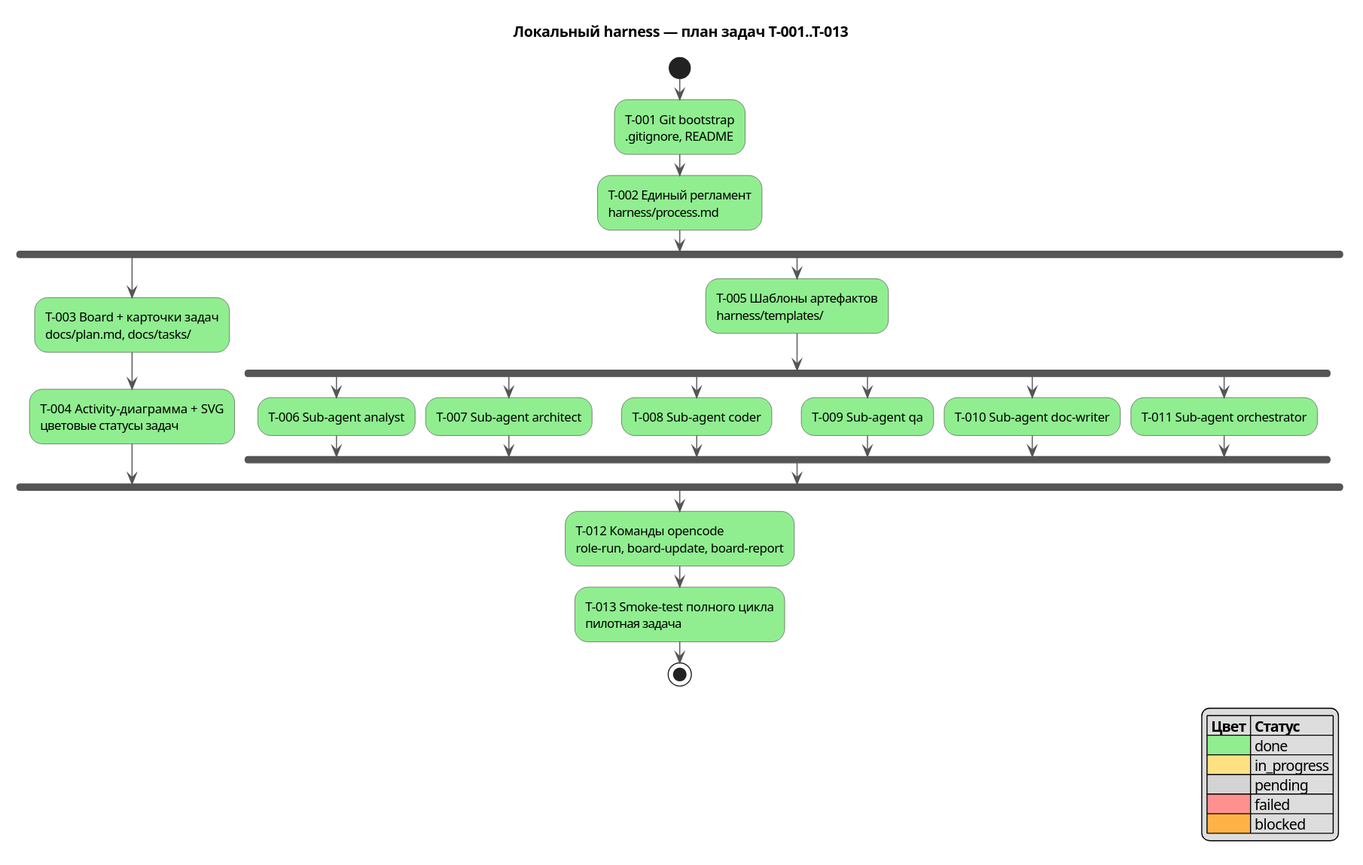
serge-sasov/harness keeps this PlantUML diagram as docs/activity.svg. Above is the earlier version.
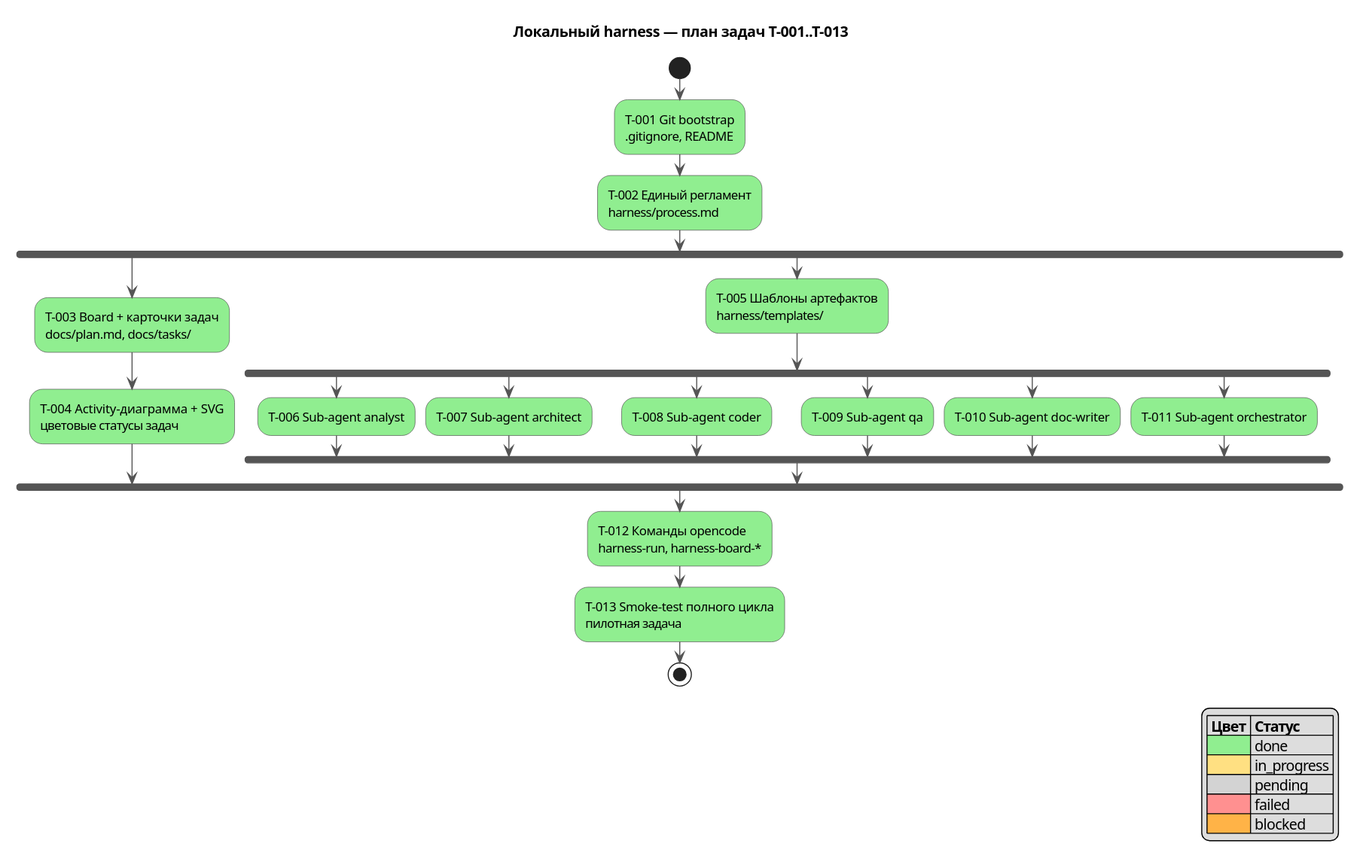
Above is the later version.

Change to the diagram source:
```diff
@@ -27,7 +27,7 @@
     :T-011 Sub-agent orchestrator; <<#90EE90>>
   end fork
 end fork
-:T-012 Команды opencode\nrole-run, board-update, board-report; <<#90EE90>>
+:T-012 Команды opencode\nharness-run, harness-board-*; <<#90EE90>>
 :T-013 Smoke-test полного цикла\nпилотная задача; <<#90EE90>>
 stop
 
```
